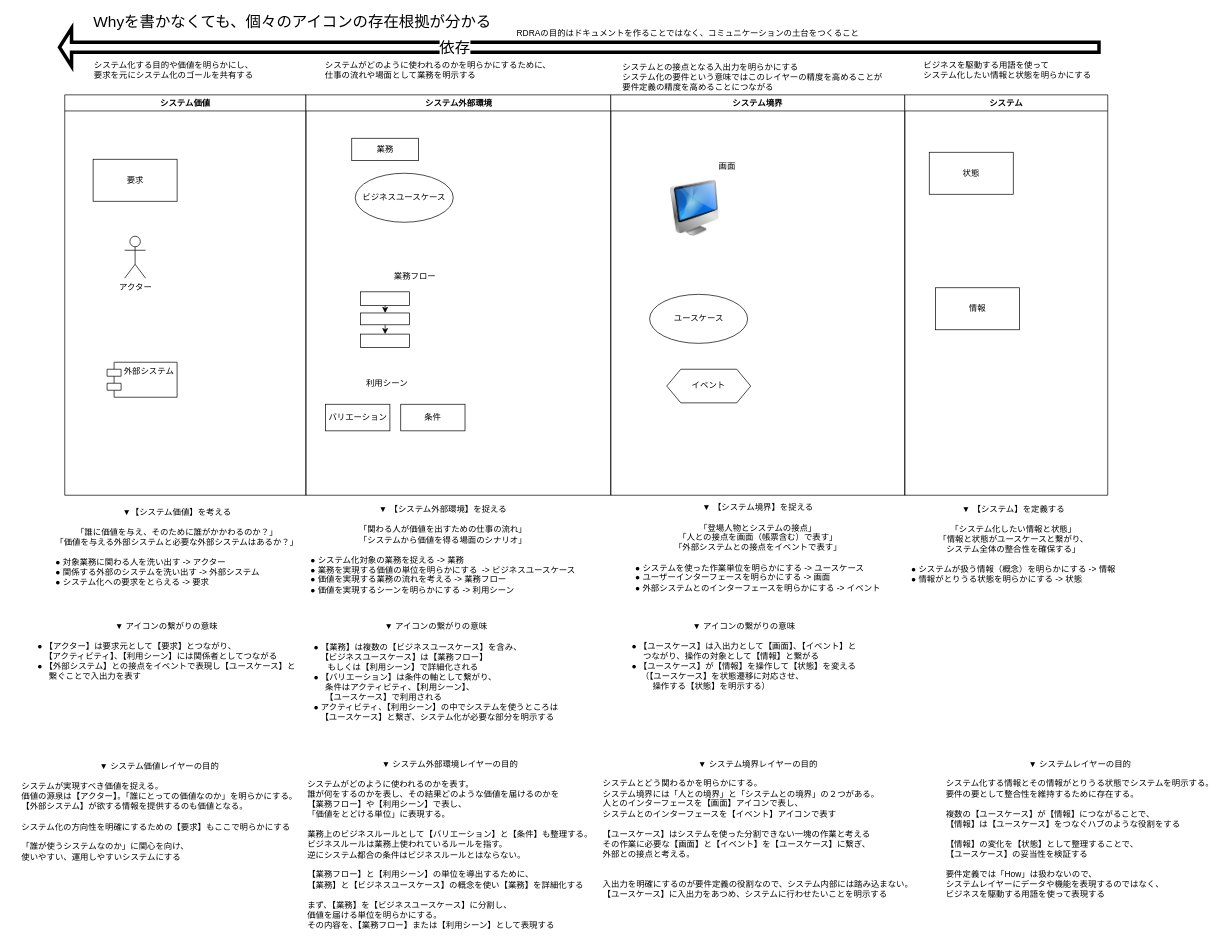
Above: page "構成要素" (1 of 11) of documents/draw.io/RDRA.drawio in hibohiboo/kartagraph (draw.io), before the change. Source tidied: cells renumbered, new cells numbered last; positions are measured from the earlier drawing's top-left corner, leaving out a move shared by most shapes. Both pictures are drawn from the tidied source at 70%, with x=0, y=0 at pixel (11, 12).
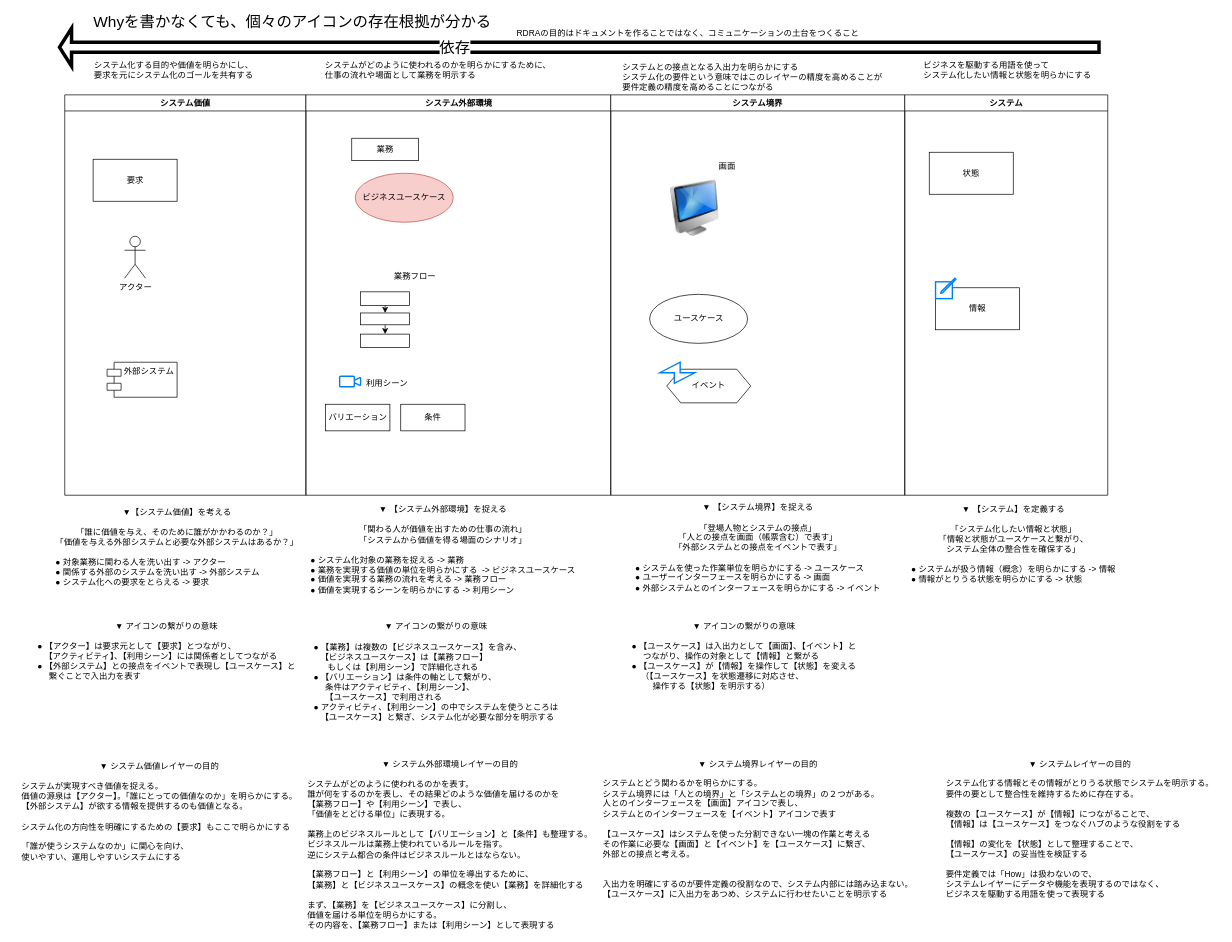
The same diagram, later.

The change refers to these unchanged cells:
```xml
<mxCell id="6" value="システム外部環境" style="swimlane;whiteSpace=wrap;" parent="1" vertex="1">
  <mxGeometry x="420.5" y="118" width="435.5" height="572" as="geometry" />
</mxCell>
<mxCell id="18" value="システム境界" style="swimlane;whiteSpace=wrap;" parent="1" vertex="1">
  <mxGeometry x="856" y="118" width="420" height="572" as="geometry" />
</mxCell>
<mxCell id="23" value="システム" style="swimlane;whiteSpace=wrap;" parent="1" vertex="1">
  <mxGeometry x="1276" y="118" width="290" height="572" as="geometry" />
</mxCell>
```

Change to the diagram source:
```diff
@@
-    <mxCell id="7" value="ビジネスユースケース" style="ellipse;whiteSpace=wrap;html=1;" parent="6" vertex="1">
+    <mxCell id="7" value="ビジネスユースケース" style="ellipse;whiteSpace=wrap;html=1;fillColor=#f8cecc;strokeColor=#b85450;" parent="6" vertex="1">
       <mxGeometry x="70.5" y="112" width="140" height="70" as="geometry" />
     </mxCell>
@@
+    <mxCell id="46" style="html=1;verticalLabelPosition=bottom;align=center;labelBackgroundColor=#ffffff;verticalAlign=top;strokeWidth=2;strokeColor=#0080F0;shadow=0;dashed=0;shape=mxgraph.ios7.icons.video_conversation;" parent="6" vertex="1">
+      <mxGeometry x="48.2" y="402" width="30" height="15" as="geometry" />
+    </mxCell>
@@
+    <mxCell id="47" style="html=1;verticalLabelPosition=bottom;align=center;labelBackgroundColor=#ffffff;verticalAlign=top;strokeWidth=2;strokeColor=#0080F0;shadow=0;dashed=0;shape=mxgraph.ios7.icons.flash;" parent="18" vertex="1">
+      <mxGeometry x="70" y="382" width="50" height="30" as="geometry" />
+    </mxCell>
@@
+    <mxCell id="48" style="html=1;verticalLabelPosition=bottom;align=center;labelBackgroundColor=#ffffff;verticalAlign=top;strokeWidth=2;strokeColor=#0080F0;shadow=0;dashed=0;shape=mxgraph.ios7.icons.compose;" parent="23" vertex="1">
+      <mxGeometry x="44" y="262" width="29.1" height="29.1" as="geometry" />
+    </mxCell>
```
